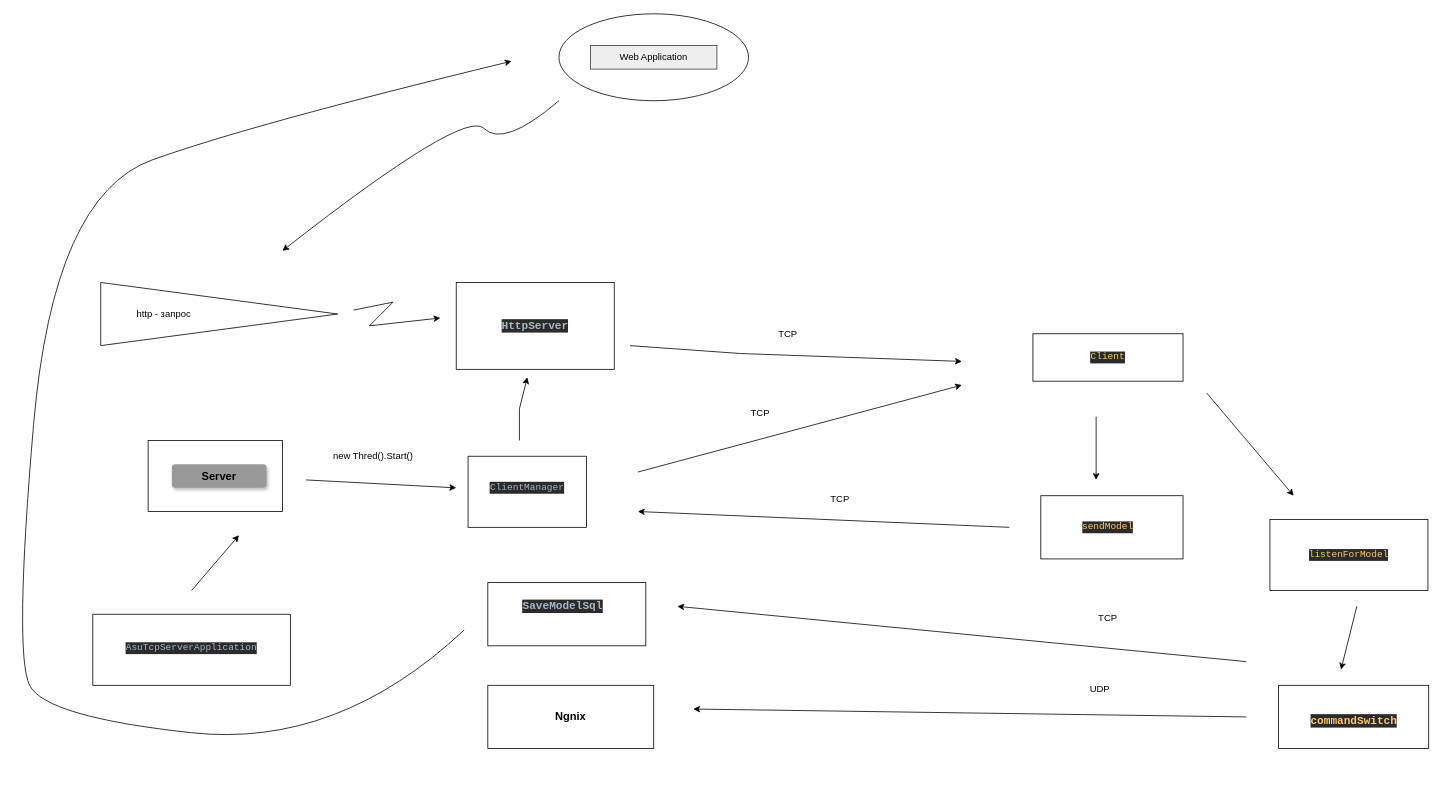
Before: src/main/java/structure_diagram.drawio in seregAnt02/AsuTcpServerOnJava, a draw.io diagram. Source tidied: cells renumbered, new cells numbered last; positions are measured from the earlier drawing's top-left corner, leaving out a move shared by most shapes. Both pictures are drawn from the tidied source at 79%, with x=0, y=0 at pixel (13, 13).
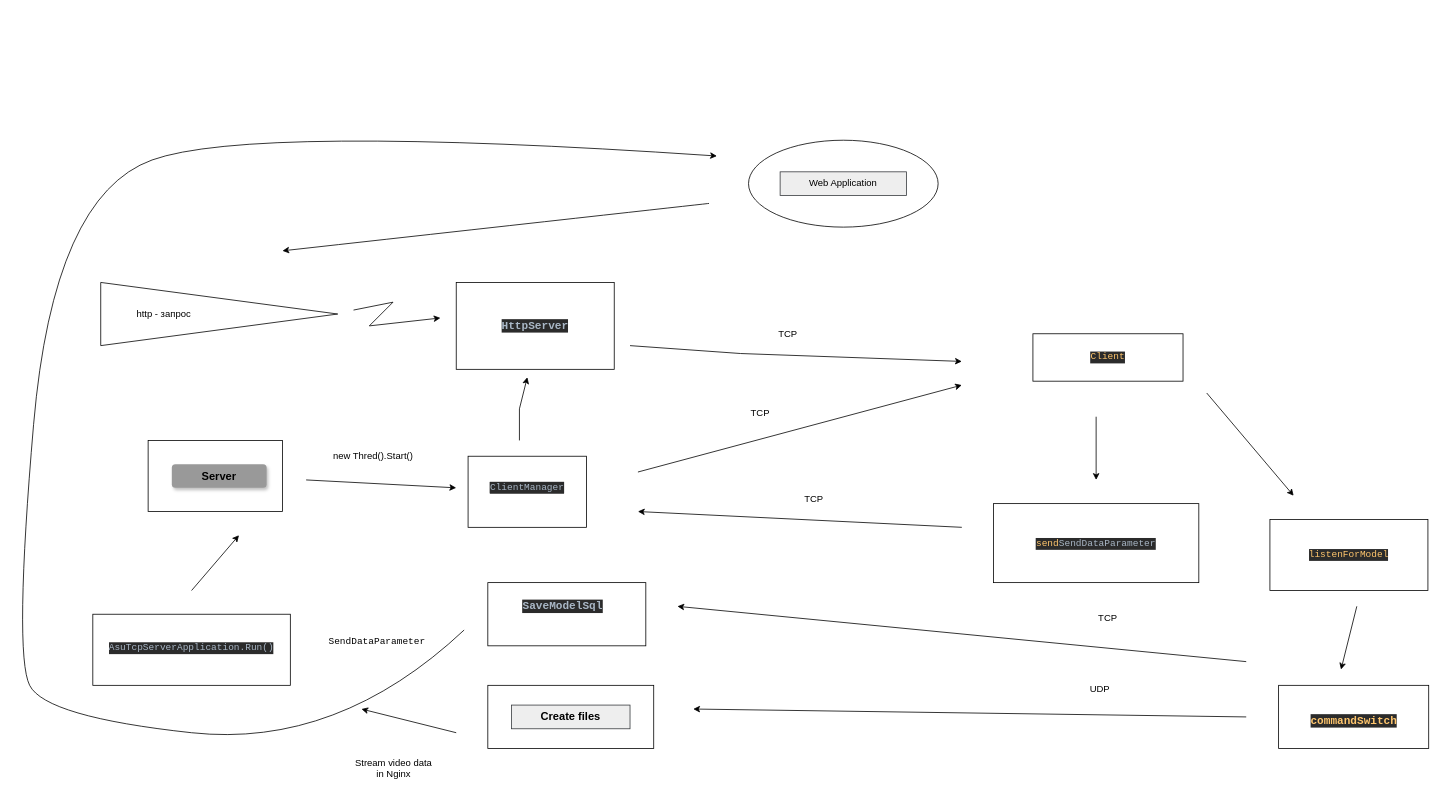
Above is the later version.

Unchanged cells that the change refers to:
```xml
<mxCell id="26" style="group;" parent="1" vertex="1">
  <mxGeometry x="100" y="760" width="250" height="90" as="geometry" />
</mxCell>
```

What changed in the source:
```diff
@@
-    <mxCell id="8" value="&lt;h3&gt;Ngnix&lt;/h3&gt;" style="text;html=1;align=center;verticalAlign=middle;whiteSpace=wrap;rounded=0;" parent="1" vertex="1">
+    <mxCell id="8" value="&lt;h3&gt;Create files&lt;/h3&gt;" style="text;html=1;align=center;verticalAlign=middle;whiteSpace=wrap;rounded=0;fillColor=#eeeeee;strokeColor=#36393d;" parent="1" vertex="1">
       <mxGeometry x="630" y="875" width="150" height="30" as="geometry" />
     </mxCell>
@@
     <mxCell id="15" style="group;" parent="1" vertex="1">
-      <mxGeometry x="1590" y="640" width="200" height="90" as="geometry" />
+      <mxGeometry x="1590" y="640" width="210" height="90" as="geometry" />
     </mxCell>
@@
     <mxCell id="17" value="&lt;pre style=&quot;background-color:#2b2b2b;color:#a9b7c6;font-family:'JetBrains Mono',monospace;font-size:9,8pt;&quot;&gt;&lt;span style=&quot;color:#ffc66d;&quot;&gt;listenForModel&lt;/span&gt;&lt;/pre&gt;" style="text;html=1;align=center;verticalAlign=middle;whiteSpace=wrap;rounded=0;" parent="15" vertex="1">
-      <mxGeometry x="59.2" y="30" width="81.7" height="30" as="geometry" />
+      <mxGeometry x="10" y="10" width="180" height="70" as="geometry" />
     </mxCell>
@@
-    <mxCell id="28" value="&lt;pre style=&quot;background-color:#2b2b2b;color:#a9b7c6;font-family:'JetBrains Mono',monospace;font-size:9,8pt;&quot;&gt;AsuTcpServerApplication&lt;/pre&gt;" style="text;html=1;align=center;verticalAlign=middle;whiteSpace=wrap;rounded=0;" parent="26" vertex="1">
+    <mxCell id="28" value="&lt;pre style=&quot;background-color: rgb(43, 43, 43); color: rgb(169, 183, 198); font-family: &amp;quot;JetBrains Mono&amp;quot;, monospace;&quot;&gt;AsuTcpServerApplication.Run()&lt;/pre&gt;" style="text;html=1;align=center;verticalAlign=middle;whiteSpace=wrap;rounded=0;" parent="26" vertex="1">
       <mxGeometry x="20" y="25" width="210" height="35" as="geometry" />
     </mxCell>
@@
     <mxCell id="47" style="group;" parent="1" vertex="1">
-      <mxGeometry x="790" y="600" width="470" height="50" as="geometry" />
+      <mxGeometry x="790" y="600" width="410" height="50" as="geometry" />
     </mxCell>
     <mxCell id="48" value="TCP" style="text;html=1;align=center;verticalAlign=middle;whiteSpace=wrap;rounded=0;" parent="47" vertex="1">
-      <mxGeometry x="240" width="32.3" height="30" as="geometry" />
+      <mxGeometry x="209.4" width="28.2" height="30" as="geometry" />
     </mxCell>
     <mxCell id="49" style="endArrow=classic;html=1;rounded=0;" parent="47" edge="1">
       <mxGeometry relative="1" as="geometry">
-        <mxPoint x="470" y="50" as="sourcePoint" />
+        <mxPoint x="410" y="50" as="sourcePoint" />
         <mxPoint y="30" as="targetPoint" />
       </mxGeometry>
     </mxCell>
-    <mxCell id="50" style="group;" parent="1" vertex="1">
-      <mxGeometry x="1290" y="405" width="190" height="285" as="geometry" />
-    </mxCell>
+    <mxCell id="58" style="group;" parent="1" vertex="1">
+      <mxGeometry x="930" y="160" width="240" height="110" as="geometry" />
+    </mxCell>
+    <mxCell id="59" style="ellipse;whiteSpace=wrap;html=1;" parent="58" vertex="1">
+      <mxGeometry width="240" height="110" as="geometry" />
+    </mxCell>
+    <mxCell id="60" value="Web Application" style="text;html=1;align=center;verticalAlign=middle;whiteSpace=wrap;rounded=0;fillColor=#eeeeee;strokeColor=#36393d;" parent="58" vertex="1">
+      <mxGeometry x="40" y="40" width="160" height="30" as="geometry" />
+    </mxCell>
+    <mxCell id="61" style="curved=1;endArrow=classic;html=1;rounded=0;" parent="1" edge="1">
+      <mxGeometry relative="1" as="geometry">
+        <mxPoint x="880" y="240" as="sourcePoint" />
+        <mxPoint x="340" y="300" as="targetPoint" />
+      </mxGeometry>
+    </mxCell>
+    <mxCell id="63" style="group;" parent="1" vertex="1">
+      <mxGeometry y="140" width="890" height="790" as="geometry" />
+    </mxCell>
+    <mxCell id="62" style="curved=1;endArrow=classic;html=1;rounded=0;" parent="63" edge="1">
+      <mxGeometry relative="1" as="geometry">
+        <mxPoint x="570" y="640" as="sourcePoint" />
+        <mxPoint x="890" y="40" as="targetPoint" />
+        <Array as="points">
+          <mxPoint x="410" y="790" />
+          <mxPoint x="40" y="750" />
+          <mxPoint y="670" />
+          <mxPoint x="50" y="90" />
+          <mxPoint x="300" />
+        </Array>
+      </mxGeometry>
+    </mxCell>
+    <mxCell id="64" value="&lt;pre style=&quot;font-family: &amp;quot;JetBrains Mono&amp;quot;, monospace;&quot;&gt;&lt;font style=&quot;color: rgb(0, 0, 0);&quot;&gt;SendDataParameter&lt;/font&gt;&lt;/pre&gt;" style="text;html=1;align=center;verticalAlign=middle;whiteSpace=wrap;rounded=0;" parent="63" vertex="1">
+      <mxGeometry x="390" y="640" width="140" height="30" as="geometry" />
+    </mxCell>
+    <mxCell id="65" style="group;" parent="1" vertex="1">
+      <mxGeometry x="410" y="880" width="150" height="110" as="geometry" />
+    </mxCell>
+    <mxCell id="66" style="endArrow=classic;html=1;rounded=0;" parent="65" edge="1">
+      <mxGeometry relative="1" as="geometry">
+        <mxPoint x="150" y="30" as="sourcePoint" />
+        <mxPoint x="30" as="targetPoint" />
+      </mxGeometry>
+    </mxCell>
+    <mxCell id="67" value="Stream video data&lt;div&gt;in Nginx&lt;/div&gt;" style="text;html=1;align=center;verticalAlign=middle;whiteSpace=wrap;rounded=0;" parent="65" vertex="1">
+      <mxGeometry x="1" y="40" width="140" height="70" as="geometry" />
+    </mxCell>
-    <mxCell id="51" style="endArrow=classic;html=1;rounded=0;" parent="50" edge="1">
+    <mxCell id="51" style="endArrow=classic;html=1;rounded=0;" parent="1" edge="1">
       <mxGeometry relative="1" as="geometry">
-        <mxPoint x="80" y="105" as="sourcePoint" />
-        <mxPoint x="80" y="185" as="targetPoint" />
+        <mxPoint x="1370" y="510" as="sourcePoint" />
+        <mxPoint x="1370" y="590" as="targetPoint" />
       </mxGeometry>
     </mxCell>
-    <mxCell id="52" style="group;" parent="50" vertex="1">
-      <mxGeometry x="10" y="205" width="180" height="80" as="geometry" />
+    <mxCell id="52" style="group;" parent="1" vertex="1">
+      <mxGeometry x="1220" y="610" width="260" height="100" as="geometry" />
     </mxCell>
+    <mxCell id="68" style="group;" parent="52" vertex="1">
+      <mxGeometry x="20" y="10" width="260" height="100" as="geometry" />
+    </mxCell>
-    <mxCell id="53" style="rounded=0;whiteSpace=wrap;html=1;" parent="52" vertex="1">
-      <mxGeometry width="180" height="80" as="geometry" />
+    <mxCell id="53" style="rounded=0;whiteSpace=wrap;html=1;" parent="68" vertex="1">
+      <mxGeometry width="260" height="100" as="geometry" />
     </mxCell>
-    <mxCell id="54" value="&lt;pre style=&quot;background-color:#2b2b2b;color:#a9b7c6;font-family:'JetBrains Mono',monospace;font-size:9,8pt;&quot;&gt;&lt;span style=&quot;color:#ffc66d;&quot;&gt;sendModel&lt;/span&gt;&lt;/pre&gt;" style="text;html=1;align=center;verticalAlign=middle;whiteSpace=wrap;rounded=0;" parent="52" vertex="1">
-      <mxGeometry x="30" y="25" width="110" height="30" as="geometry" />
+    <mxCell id="54" value="&lt;pre style=&quot;background-color: rgb(43, 43, 43); color: rgb(169, 183, 198); font-family: &amp;quot;JetBrains Mono&amp;quot;, monospace;&quot;&gt;&lt;span style=&quot;color: rgb(255, 198, 109);&quot;&gt;send&lt;/span&gt;SendDataParameter&lt;/pre&gt;" style="text;html=1;align=center;verticalAlign=middle;whiteSpace=wrap;rounded=0;" parent="68" vertex="1">
+      <mxGeometry x="10" y="31.2" width="240" height="38.8" as="geometry" />
     </mxCell>
-    <mxCell id="55" style="group;" parent="50" vertex="1">
-      <mxGeometry width="190" height="60" as="geometry" />
+    <mxCell id="55" style="group;" parent="1" vertex="1">
+      <mxGeometry x="1290" y="405" width="190" height="60" as="geometry" />
     </mxCell>
@@
-    <mxCell id="58" style="group;" parent="1" vertex="1">
-      <mxGeometry x="690" width="240" height="110" as="geometry" />
-    </mxCell>
-    <mxCell id="59" style="ellipse;whiteSpace=wrap;html=1;" parent="58" vertex="1">
-      <mxGeometry width="240" height="110" as="geometry" />
-    </mxCell>
-    <mxCell id="60" value="Web Application" style="text;html=1;align=center;verticalAlign=middle;whiteSpace=wrap;rounded=0;fillColor=#eeeeee;strokeColor=#36393d;" parent="58" vertex="1">
-      <mxGeometry x="40" y="40" width="160" height="30" as="geometry" />
-    </mxCell>
-    <mxCell id="61" style="curved=1;endArrow=classic;html=1;rounded=0;" parent="1" edge="1">
-      <mxGeometry relative="1" as="geometry">
-        <mxPoint x="690" y="110" as="sourcePoint" />
-        <mxPoint x="340" y="300" as="targetPoint" />
-        <Array as="points">
-          <mxPoint x="620" y="170" />
-          <mxPoint x="570" y="120" />
-        </Array>
-      </mxGeometry>
-    </mxCell>
-    <mxCell id="62" style="curved=1;endArrow=classic;html=1;rounded=0;" parent="1" edge="1">
-      <mxGeometry relative="1" as="geometry">
-        <mxPoint x="570" y="780" as="sourcePoint" />
-        <mxPoint x="630" y="60" as="targetPoint" />
-        <Array as="points">
-          <mxPoint x="410" y="930" />
-          <mxPoint x="40" y="890" />
-          <mxPoint y="810" />
-          <mxPoint x="50" y="230" />
-          <mxPoint x="300" y="140" />
-        </Array>
-      </mxGeometry>
-    </mxCell>
```
